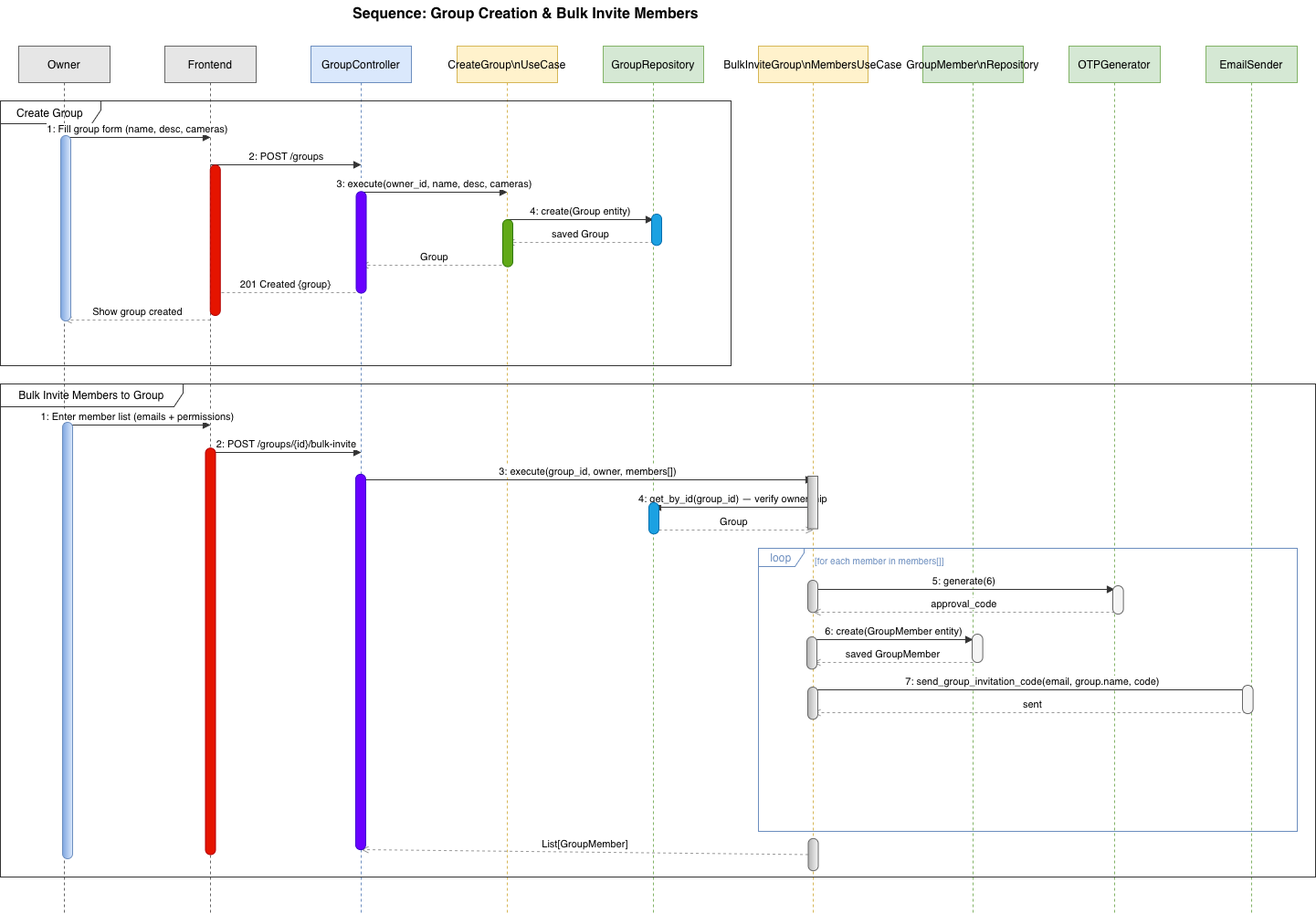
This is diagram report images/sprint1/invitation/BulkInvitation.drawio.png from omarsoussi/VigileEyeReport, a draw.io export, as it was before one commit. Source tidied: cells renumbered, new cells last; positions are measured from the earlier drawing's top-left corner, leaving out a move shared by most shapes.
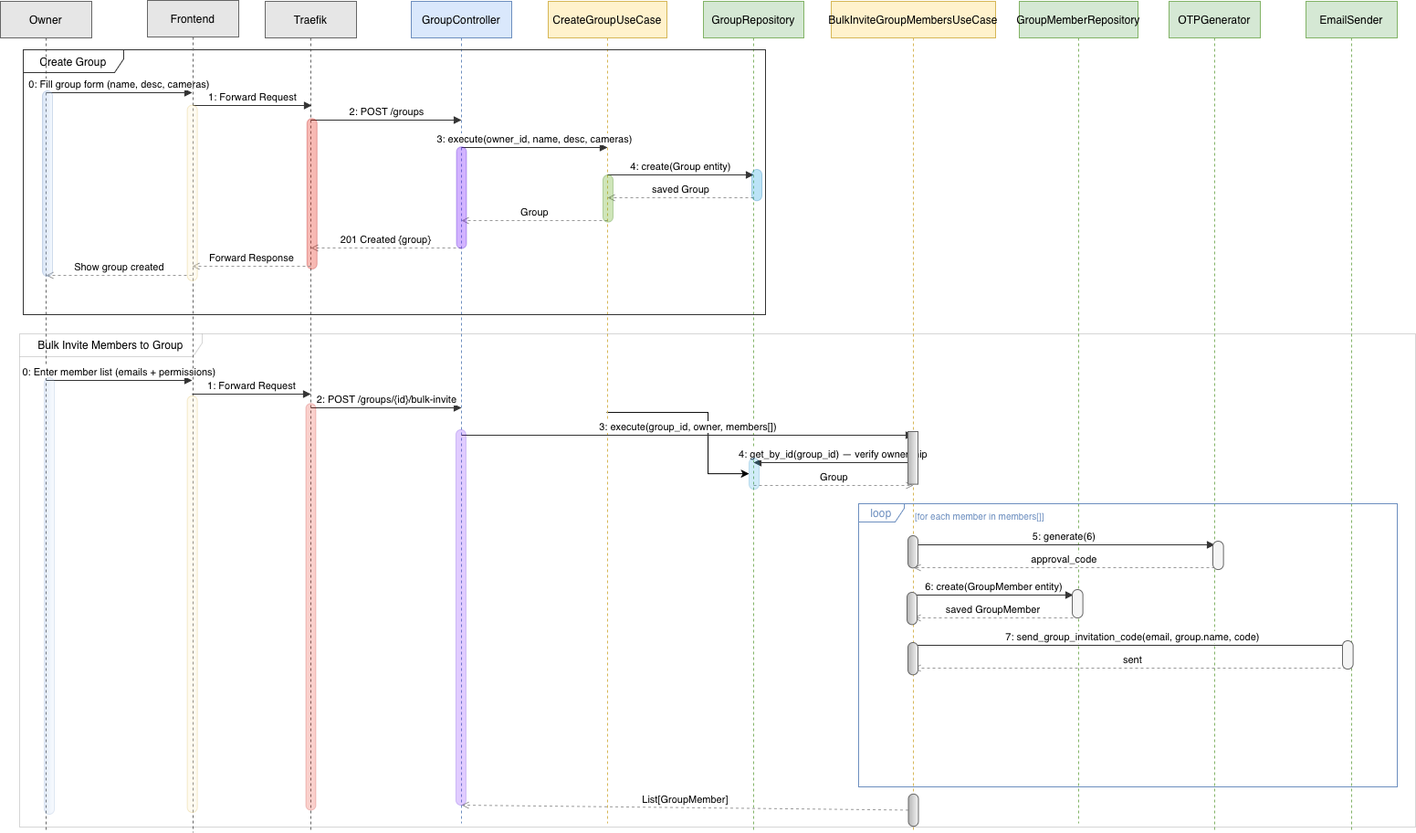
Later version of the same file.

What changed in the source:
```diff
@@ -2,43 +2,43 @@
   <root>
     <mxCell id="0" />
     <mxCell id="1" parent="0" />
-    <mxCell id="2" value="Sequence: Group Creation &amp; Bulk Invite Members" style="text;html=1;align=center;verticalAlign=middle;strokeColor=none;fillColor=none;fontSize=16;fontStyle=1;" parent="1" vertex="1">
-      <mxGeometry x="526" width="430" height="30" as="geometry" />
-    </mxCell>
     <mxCell id="3" value="Owner" style="shape=umlLifeline;perimeter=lifelinePerimeter;whiteSpace=wrap;html=1;size=40;fillColor=#E6E6E6;strokeColor=#666666;" parent="1" vertex="1">
-      <mxGeometry x="186" y="50" width="100" height="950" as="geometry" />
+      <mxGeometry x="56" y="50" width="100" height="910" as="geometry" />
     </mxCell>
-    <mxCell id="4" value="Frontend" style="shape=umlLifeline;perimeter=lifelinePerimeter;whiteSpace=wrap;html=1;size=40;fillColor=#E6E6E6;strokeColor=#666666;" parent="1" vertex="1">
-      <mxGeometry x="346" y="50" width="100" height="950" as="geometry" />
+    <mxCell id="4" value="Traefik" style="shape=umlLifeline;perimeter=lifelinePerimeter;whiteSpace=wrap;html=1;size=40;fillColor=#E6E6E6;strokeColor=#666666;" parent="1" vertex="1">
+      <mxGeometry x="346" y="50" width="100" height="910" as="geometry" />
     </mxCell>
     <mxCell id="5" value="GroupController" style="shape=umlLifeline;perimeter=lifelinePerimeter;whiteSpace=wrap;html=1;size=40;fillColor=#dae8fc;strokeColor=#6c8ebf;" parent="1" vertex="1">
-      <mxGeometry x="506" y="50" width="110" height="950" as="geometry" />
+      <mxGeometry x="506" y="50" width="110" height="900" as="geometry" />
     </mxCell>
+    <mxCell id="54" style="edgeStyle=orthogonalEdgeStyle;rounded=0;jettySize=auto;html=1;" parent="1" edge="1" source="6" target="43">
+      <mxGeometry relative="1" as="geometry" />
+    </mxCell>
-    <mxCell id="6" value="CreateGroup\nUseCase" style="shape=umlLifeline;perimeter=lifelinePerimeter;whiteSpace=wrap;html=1;outlineConnect=0;size=40;fillColor=#fff2cc;strokeColor=#d6b656;" parent="1" vertex="1">
-      <mxGeometry x="666" y="50" width="110" height="950" as="geometry" />
+    <mxCell id="6" value="CreateGroupUseCase" style="shape=umlLifeline;perimeter=lifelinePerimeter;whiteSpace=wrap;html=1;outlineConnect=0;size=40;fillColor=#fff2cc;strokeColor=#d6b656;" parent="1" vertex="1">
+      <mxGeometry x="656" y="50" width="130" height="900" as="geometry" />
     </mxCell>
     <mxCell id="7" value="GroupRepository" style="shape=umlLifeline;perimeter=lifelinePerimeter;whiteSpace=wrap;html=1;size=40;fillColor=#d5e8d4;strokeColor=#82b366;" parent="1" vertex="1">
-      <mxGeometry x="826" y="50" width="110" height="950" as="geometry" />
+      <mxGeometry x="826" y="50" width="110" height="910" as="geometry" />
     </mxCell>
-    <mxCell id="8" value="BulkInviteGroup\nMembersUseCase" style="shape=umlLifeline;perimeter=lifelinePerimeter;whiteSpace=wrap;html=1;size=40;fillColor=#fff2cc;strokeColor=#d6b656;" parent="1" vertex="1">
-      <mxGeometry x="996" y="50" width="120" height="950" as="geometry" />
+    <mxCell id="8" value="BulkInviteGroupMembersUseCase" style="shape=umlLifeline;perimeter=lifelinePerimeter;whiteSpace=wrap;html=1;size=40;fillColor=#fff2cc;strokeColor=#d6b656;" parent="1" vertex="1">
+      <mxGeometry x="966" y="50" width="180" height="910" as="geometry" />
     </mxCell>
-    <mxCell id="9" value="GroupMember\nRepository" style="shape=umlLifeline;perimeter=lifelinePerimeter;whiteSpace=wrap;html=1;size=40;fillColor=#d5e8d4;strokeColor=#82b366;" parent="1" vertex="1">
-      <mxGeometry x="1176" y="50" width="110" height="950" as="geometry" />
+    <mxCell id="9" value="GroupMemberRepository" style="shape=umlLifeline;perimeter=lifelinePerimeter;whiteSpace=wrap;html=1;size=40;fillColor=#d5e8d4;strokeColor=#82b366;" parent="1" vertex="1">
+      <mxGeometry x="1172" y="50" width="130" height="900" as="geometry" />
     </mxCell>
     <mxCell id="10" value="OTPGenerator" style="shape=umlLifeline;perimeter=lifelinePerimeter;whiteSpace=wrap;html=1;size=40;fillColor=#d5e8d4;strokeColor=#82b366;" parent="1" vertex="1">
-      <mxGeometry x="1336" y="50" width="100" height="950" as="geometry" />
+      <mxGeometry x="1336" y="50" width="100" height="910" as="geometry" />
     </mxCell>
     <mxCell id="11" value="EmailSender" style="shape=umlLifeline;perimeter=lifelinePerimeter;whiteSpace=wrap;html=1;size=40;fillColor=#d5e8d4;strokeColor=#82b366;" parent="1" vertex="1">
-      <mxGeometry x="1486" y="50" width="100" height="950" as="geometry" />
+      <mxGeometry x="1486" y="50" width="100" height="910" as="geometry" />
     </mxCell>
     <mxCell id="12" value="Create Group" style="shape=umlFrame;whiteSpace=wrap;html=1;width=110;height=25;fillColor=none;strokeColor=#333333;" parent="1" vertex="1">
-      <mxGeometry x="166" y="110" width="800" height="290" as="geometry" />
+      <mxGeometry x="81" y="103" width="813" height="290" as="geometry" />
     </mxCell>
-    <mxCell id="13" value="1: Fill group form (name, desc, cameras)" style="html=1;verticalAlign=bottom;endArrow=block;endFill=1;rounded=0;strokeColor=#333333;" parent="1" edge="1">
+    <mxCell id="13" value="0: Fill group form (name, desc, cameras)" style="html=1;verticalAlign=bottom;endArrow=block;endFill=1;rounded=0;strokeColor=#333333;" parent="1" edge="1">
       <mxGeometry relative="1" as="geometry">
-        <mxPoint x="236" y="150" as="sourcePoint" />
-        <mxPoint x="396" y="150" as="targetPoint" />
+        <mxPoint x="106" y="150" as="sourcePoint" />
+        <mxPoint x="266" y="150" as="targetPoint" />
       </mxGeometry>
     </mxCell>
     <mxCell id="14" value="2: POST /groups" style="html=1;verticalAlign=bottom;endArrow=block;endFill=1;rounded=0;strokeColor=#333333;" parent="1" edge="1">
@@ -79,17 +79,17 @@
     </mxCell>
     <mxCell id="20" value="Show group created" style="html=1;verticalAlign=bottom;endArrow=open;endFill=0;dashed=1;rounded=0;strokeColor=#999999;" parent="1" edge="1">
       <mxGeometry relative="1" as="geometry">
-        <mxPoint x="396" y="350" as="sourcePoint" />
-        <mxPoint x="236" y="350" as="targetPoint" />
+        <mxPoint x="266" y="350" as="sourcePoint" />
+        <mxPoint x="106" y="350" as="targetPoint" />
       </mxGeometry>
     </mxCell>
-    <mxCell id="21" value="Bulk Invite Members to Group" style="shape=umlFrame;whiteSpace=wrap;html=1;width=200;height=25;fillColor=none;strokeColor=#333333;" parent="1" vertex="1">
-      <mxGeometry x="166" y="420" width="1440" height="540" as="geometry" />
+    <mxCell id="21" value="Bulk Invite Members to Group" style="shape=umlFrame;whiteSpace=wrap;html=1;width=200;height=25;fillColor=none;strokeColor=#333333;opacity=20;" parent="1" vertex="1">
+      <mxGeometry x="77" y="414" width="1529" height="540" as="geometry" />
     </mxCell>
-    <mxCell id="22" value="1: Enter member list (emails + permissions)" style="html=1;verticalAlign=bottom;endArrow=block;endFill=1;rounded=0;strokeColor=#333333;" parent="1" edge="1">
+    <mxCell id="22" value="0: Enter member list (emails + permissions)" style="html=1;verticalAlign=bottom;endArrow=block;endFill=1;rounded=0;strokeColor=#333333;" parent="1" edge="1">
       <mxGeometry relative="1" as="geometry">
-        <mxPoint x="236" y="465" as="sourcePoint" />
-        <mxPoint x="396" y="465" as="targetPoint" />
+        <mxPoint x="106" y="465" as="sourcePoint" />
+        <mxPoint x="266" y="465" as="targetPoint" />
       </mxGeometry>
     </mxCell>
     <mxCell id="23" value="2: POST /groups/{id}/bulk-invite" style="html=1;verticalAlign=bottom;endArrow=block;endFill=1;rounded=0;strokeColor=#333333;" parent="1" edge="1">
@@ -163,31 +163,31 @@
         <mxPoint x="561" y="930" as="targetPoint" />
       </mxGeometry>
     </mxCell>
-    <mxCell id="36" style="rounded=1;whiteSpace=wrap;html=1;rotation=90;arcSize=50;fillColor=#dae8fc;strokeColor=light-dark(#6C8EBF,#A39B34);gradientColor=light-dark(#7EA6E0,#FFFF66);" parent="1" vertex="1">
-      <mxGeometry x="136" y="244" width="203" height="11" as="geometry" />
+    <mxCell id="36" style="rounded=1;whiteSpace=wrap;html=1;rotation=90;arcSize=50;fillColor=#dae8fc;strokeColor=light-dark(#6C8EBF,#A39B34);gradientColor=light-dark(#7EA6E0,#FFFF66);opacity=30;" parent="1" vertex="1">
+      <mxGeometry x="6" y="244" width="203" height="11" as="geometry" />
     </mxCell>
-    <mxCell id="37" style="rounded=1;whiteSpace=wrap;html=1;rotation=90;arcSize=50;fillColor=#dae8fc;strokeColor=light-dark(#6C8EBF,#A39B34);gradientColor=light-dark(#7EA6E0,#FFFF66);" parent="1" vertex="1">
-      <mxGeometry x="0.5" y="695.5" width="478" height="11" as="geometry" />
+    <mxCell id="37" style="rounded=1;whiteSpace=wrap;html=1;rotation=90;arcSize=50;fillColor=#dae8fc;strokeColor=light-dark(#6C8EBF,#A39B34);gradientColor=light-dark(#7EA6E0,#FFFF66);opacity=20;" parent="1" vertex="1">
+      <mxGeometry x="-129.5" y="695.5" width="478" height="11" as="geometry" />
     </mxCell>
-    <mxCell id="38" style="rounded=1;whiteSpace=wrap;html=1;rotation=90;arcSize=50;fillColor=#e51400;fontColor=#ffffff;strokeColor=#B20000;" parent="1" vertex="1">
-      <mxGeometry x="318.9" y="257.1" width="164.8" height="11" as="geometry" />
+    <mxCell id="38" style="rounded=1;whiteSpace=wrap;html=1;rotation=90;arcSize=50;fillColor=#e51400;fontColor=#ffffff;strokeColor=#B20000;opacity=30;" parent="1" vertex="1">
+      <mxGeometry x="314.9" y="255.1" width="164.8" height="11" as="geometry" />
     </mxCell>
-    <mxCell id="39" style="rounded=1;whiteSpace=wrap;html=1;rotation=90;arcSize=50;fillColor=#e51400;fontColor=#ffffff;strokeColor=#B20000;" parent="1" vertex="1">
+    <mxCell id="39" style="rounded=1;whiteSpace=wrap;html=1;rotation=90;arcSize=50;fillColor=#e51400;fontColor=#ffffff;strokeColor=#B20000;opacity=20;" parent="1" vertex="1">
       <mxGeometry x="173.4" y="707.4" width="445.2" height="11" as="geometry" />
     </mxCell>
-    <mxCell id="40" style="rounded=1;whiteSpace=wrap;html=1;rotation=90;arcSize=50;fillColor=#6a00ff;fontColor=#ffffff;strokeColor=#3700CC;" parent="1" vertex="1">
+    <mxCell id="40" style="rounded=1;whiteSpace=wrap;html=1;rotation=90;arcSize=50;fillColor=#6a00ff;fontColor=#ffffff;strokeColor=#3700CC;opacity=30;" parent="1" vertex="1">
       <mxGeometry x="505.4" y="259.4" width="111.2" height="11" as="geometry" />
     </mxCell>
-    <mxCell id="41" style="rounded=1;whiteSpace=wrap;html=1;rotation=90;arcSize=50;fillColor=#6a00ff;fontColor=#ffffff;strokeColor=#3700CC;" parent="1" vertex="1">
+    <mxCell id="41" style="rounded=1;whiteSpace=wrap;html=1;rotation=90;arcSize=50;fillColor=#6a00ff;fontColor=#ffffff;strokeColor=#3700CC;opacity=20;" parent="1" vertex="1">
       <mxGeometry x="354.8" y="719" width="411.2" height="11" as="geometry" />
     </mxCell>
-    <mxCell id="42" style="rounded=1;whiteSpace=wrap;html=1;rotation=90;arcSize=50;fillColor=#1ba1e2;fontColor=#ffffff;strokeColor=#006EAF;" parent="1" vertex="1">
+    <mxCell id="42" style="rounded=1;whiteSpace=wrap;html=1;rotation=90;arcSize=50;fillColor=#1ba1e2;fontColor=#ffffff;strokeColor=#006EAF;opacity=30;" parent="1" vertex="1">
       <mxGeometry x="867.4" y="245.6" width="34.3" height="11" as="geometry" />
     </mxCell>
-    <mxCell id="43" style="rounded=1;whiteSpace=wrap;html=1;rotation=90;arcSize=50;fillColor=#1ba1e2;fontColor=#ffffff;strokeColor=#006EAF;" parent="1" vertex="1">
+    <mxCell id="43" style="rounded=1;whiteSpace=wrap;html=1;rotation=90;arcSize=50;fillColor=#1ba1e2;fontColor=#ffffff;strokeColor=#006EAF;opacity=20;" parent="1" vertex="1">
       <mxGeometry x="864.4" y="561.6" width="34.3" height="11" as="geometry" />
     </mxCell>
-    <mxCell id="44" style="rounded=1;whiteSpace=wrap;html=1;rotation=90;arcSize=50;fillColor=#60a917;fontColor=#ffffff;strokeColor=#2D7600;" parent="1" vertex="1">
+    <mxCell id="44" style="rounded=1;whiteSpace=wrap;html=1;rotation=90;arcSize=50;fillColor=#60a917;fontColor=#ffffff;strokeColor=#2D7600;opacity=30;" parent="1" vertex="1">
       <mxGeometry x="695.7" y="260.3" width="51.6" height="11" as="geometry" />
     </mxCell>
     <mxCell id="45" style="rounded=1;whiteSpace=wrap;html=1;rotation=90;arcSize=0;fillColor=#f5f5f5;strokeColor=#666666;gradientColor=#b3b3b3;" parent="1" vertex="1">
@@ -219,5 +219,32 @@
     <mxCell id="53" style="rounded=1;whiteSpace=wrap;html=1;rotation=90;arcSize=50;fillColor=light-dark(#F5F5F5,#A680B8);strokeColor=light-dark(#666666,#9AC7BF);gradientColor=none;" parent="1" vertex="1">
       <mxGeometry x="1516.3" y="759.7" width="31.1" height="11.6" as="geometry" />
     </mxCell>
+    <mxCell id="55" value="Frontend" style="shape=umlLifeline;perimeter=lifelinePerimeter;whiteSpace=wrap;html=1;size=40;fillColor=#E6E6E6;strokeColor=#666666;" parent="1" vertex="1">
+      <mxGeometry x="217" y="49" width="100" height="911" as="geometry" />
+    </mxCell>
+    <mxCell id="56" value="1: Forward Request" style="html=1;verticalAlign=bottom;endArrow=block;endFill=1;rounded=0;strokeColor=#333333;" parent="1" edge="1">
+      <mxGeometry relative="1" as="geometry">
+        <mxPoint x="267" y="164" as="sourcePoint" />
+        <mxPoint x="397" y="164" as="targetPoint" />
+      </mxGeometry>
+    </mxCell>
+    <mxCell id="57" value="Forward Response" style="html=1;verticalAlign=bottom;endArrow=open;endFill=0;dashed=1;rounded=0;strokeColor=#999999;" parent="1" edge="1">
+      <mxGeometry relative="1" as="geometry">
+        <mxPoint x="396" y="340" as="sourcePoint" />
+        <mxPoint x="266" y="340" as="targetPoint" />
+      </mxGeometry>
+    </mxCell>
+    <mxCell id="58" style="rounded=1;whiteSpace=wrap;html=1;rotation=90;arcSize=50;fillColor=#fff2cc;strokeColor=#d6b656;opacity=30;" parent="1" vertex="1">
+      <mxGeometry x="170" y="254.2" width="192.2" height="11" as="geometry" />
+    </mxCell>
+    <mxCell id="59" value="1: Forward Request" style="html=1;verticalAlign=bottom;endArrow=block;endFill=1;rounded=0;strokeColor=#333333;" parent="1" edge="1">
+      <mxGeometry relative="1" as="geometry">
+        <mxPoint x="266" y="480" as="sourcePoint" />
+        <mxPoint x="396" y="480" as="targetPoint" />
+      </mxGeometry>
+    </mxCell>
+    <mxCell id="60" style="rounded=1;whiteSpace=wrap;html=1;rotation=90;arcSize=50;fillColor=#fff2cc;strokeColor=#d6b656;opacity=30;" parent="1" vertex="1">
+      <mxGeometry x="38.1" y="704.5" width="456" height="11" as="geometry" />
+    </mxCell>
   </root>
 </mxGraphModel>
```
